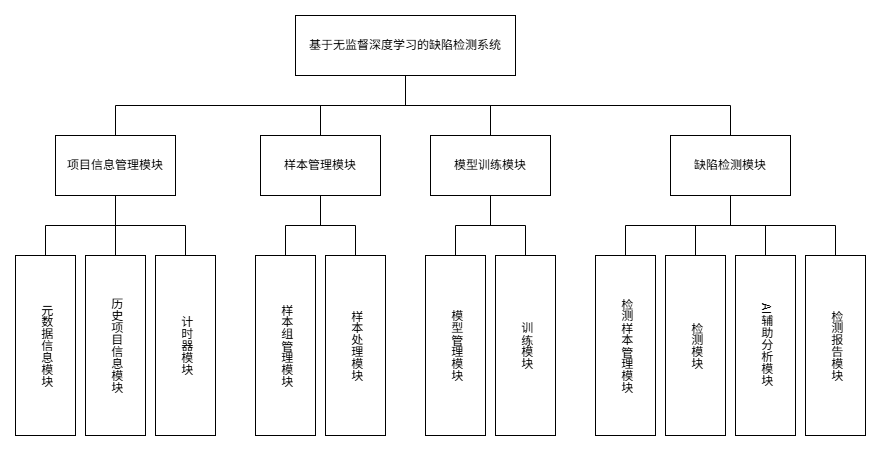
Before: 论文/模块划分图.png, a diagram exported from draw.io (211250243/app). Source tidied: cells renumbered, new cells last; positions are measured from the earlier drawing's top-left corner, leaving out a move shared by most shapes.
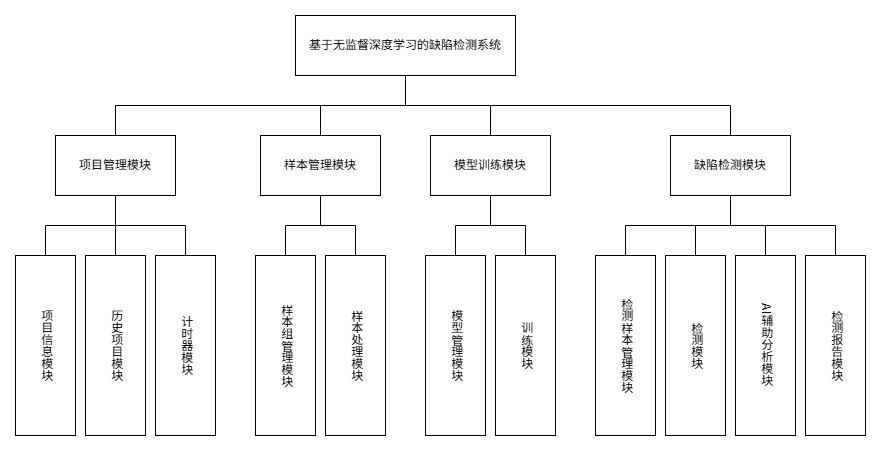
The same file after the commit.

Diff of the diagram source:
```diff
@@ -5,7 +5,7 @@
     <mxCell id="2" value="基于无监督深度学习的缺陷检测系统" style="rounded=0;whiteSpace=wrap;html=1;fillColor=none;" parent="1" vertex="1">
       <mxGeometry x="280" width="220" height="60" as="geometry" />
     </mxCell>
-    <mxCell id="3" value="项目信息管理模块" style="rounded=0;whiteSpace=wrap;html=1;fillColor=none;" parent="1" vertex="1">
+    <mxCell id="3" value="项目管理模块" style="rounded=0;whiteSpace=wrap;html=1;fillColor=none;" parent="1" vertex="1">
       <mxGeometry x="40" y="120" width="120" height="60" as="geometry" />
     </mxCell>
     <mxCell id="4" value="样本管理模块" style="rounded=0;whiteSpace=wrap;html=1;fillColor=none;" parent="1" vertex="1">
@@ -17,10 +17,10 @@
     <mxCell id="6" value="缺陷检测模块" style="rounded=0;whiteSpace=wrap;html=1;fillColor=none;" parent="1" vertex="1">
       <mxGeometry x="655" y="120" width="120" height="60" as="geometry" />
     </mxCell>
-    <mxCell id="7" value="元数据信息模块" style="rounded=0;whiteSpace=wrap;html=1;fillColor=none;horizontal=1;textDirection=vertical-rl;" parent="1" vertex="1">
+    <mxCell id="7" value="项目信息模块" style="rounded=0;whiteSpace=wrap;html=1;fillColor=none;horizontal=1;textDirection=vertical-rl;" parent="1" vertex="1">
       <mxGeometry y="240" width="60" height="180" as="geometry" />
     </mxCell>
-    <mxCell id="8" value="历史项目信息模块" style="rounded=0;whiteSpace=wrap;html=1;fillColor=none;textDirection=vertical-rl;" parent="1" vertex="1">
+    <mxCell id="8" value="历史项目模块" style="rounded=0;whiteSpace=wrap;html=1;fillColor=none;textDirection=vertical-rl;" parent="1" vertex="1">
       <mxGeometry x="70" y="240" width="60" height="180" as="geometry" />
     </mxCell>
     <mxCell id="9" value="计时器模块" style="rounded=0;whiteSpace=wrap;html=1;fillColor=none;textDirection=vertical-rl;" parent="1" vertex="1">
```
